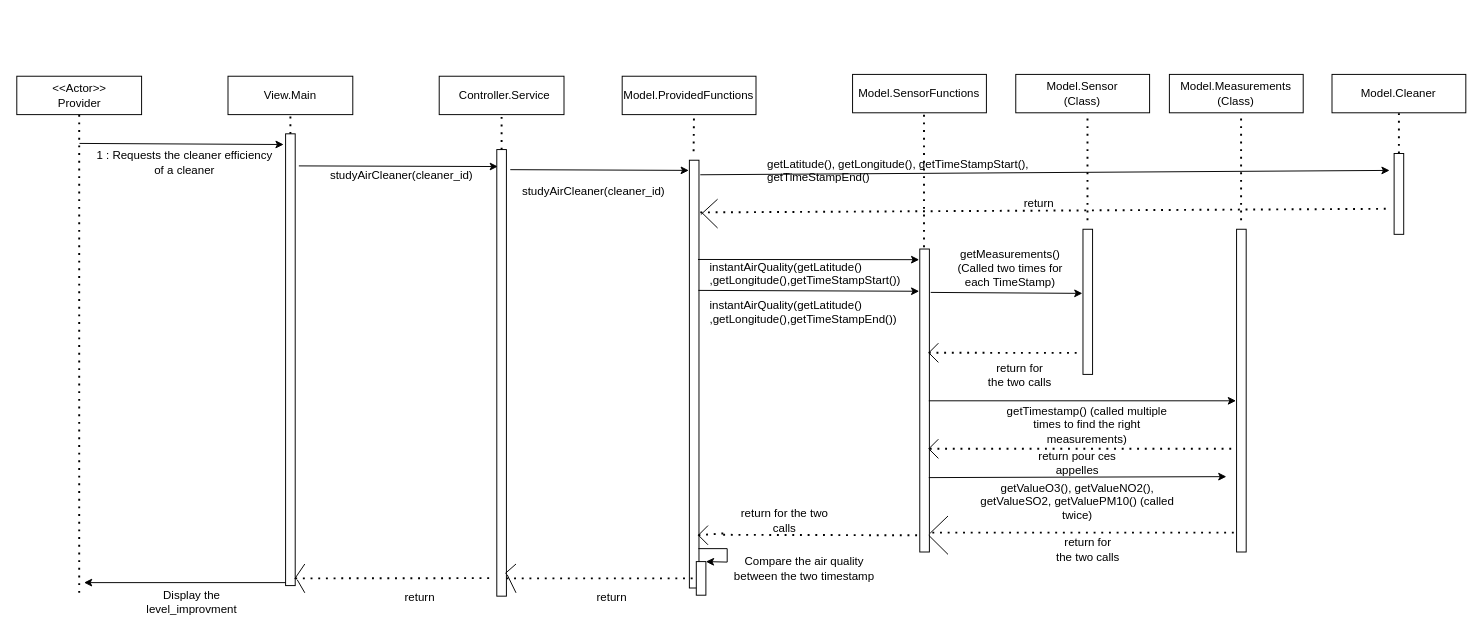
jimmywengzj/GL-TP keeps this draw.io diagram as Sequence diagram _ Analysis of cleaner efficiency.drawio. Above is the earlier version. Source tidied: cells renumbered, new cells numbered last; positions are measured from the earlier drawing's top-left corner, leaving out a move shared by most shapes. Both pictures are drawn from the tidied source at 96%, with x=0, y=0 at pixel (16, 74).
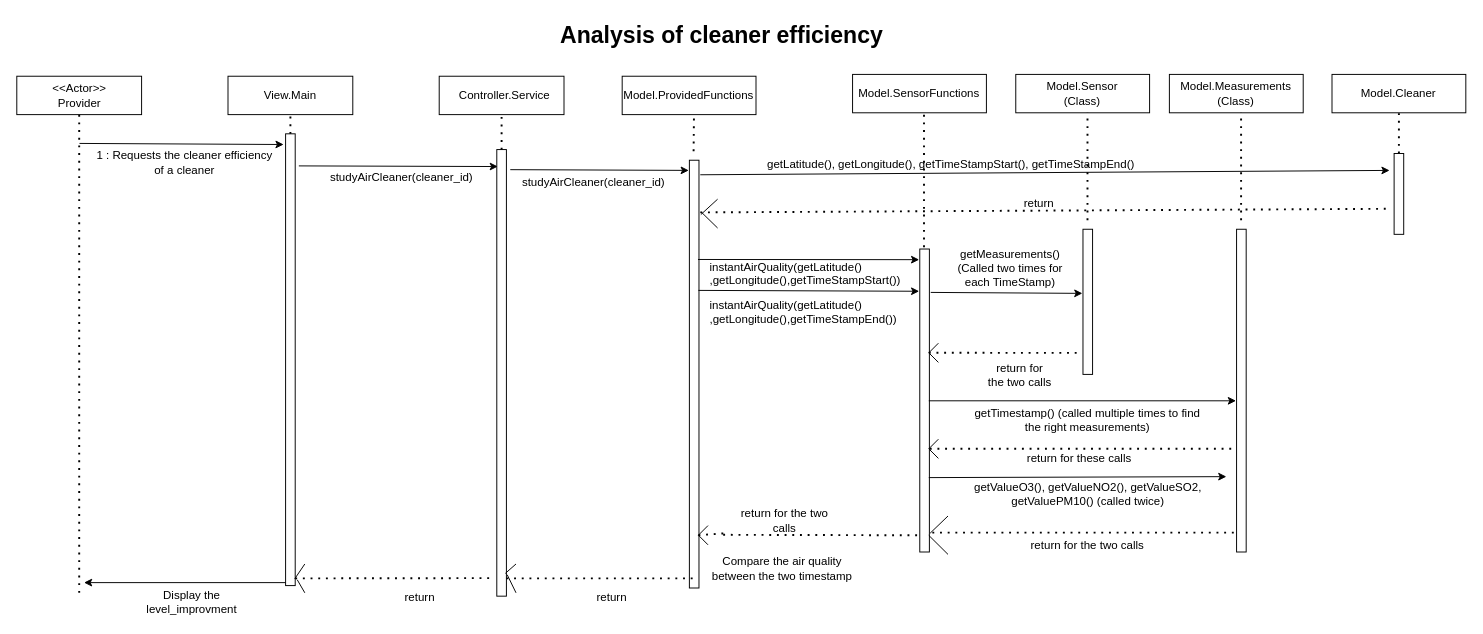
The same page after the edit.

The edit, as a diff of the source:
```diff
@@
     <mxCell id="11" value="studyAirCleaner(cleaner_id)" style="text;html=1;strokeColor=none;fillColor=none;align=center;verticalAlign=middle;whiteSpace=wrap;rounded=0;" parent="1" vertex="1">
-      <mxGeometry x="370.6" y="90" width="60" height="30" as="geometry" />
+      <mxGeometry x="370.6" y="93" width="60" height="30" as="geometry" />
     </mxCell>
@@
     <mxCell id="22" value="studyAirCleaner(cleaner_id)" style="text;html=1;strokeColor=none;fillColor=none;align=center;verticalAlign=middle;whiteSpace=wrap;rounded=0;" parent="1" vertex="1">
-      <mxGeometry x="570.6" y="106.9" width="60" height="30" as="geometry" />
+      <mxGeometry x="570.6" y="97.9" width="60" height="30" as="geometry" />
     </mxCell>
@@
-    <mxCell id="32" style="rounded=0;whiteSpace=wrap;html=1;rotation=-90;" parent="1" vertex="1">
-      <mxGeometry x="695.3" y="520" width="35" height="10" as="geometry" />
-    </mxCell>
-    <mxCell id="33" style="endArrow=classic;html=1;rounded=0;entryX=1;entryY=1;entryDx=0;entryDy=0;" parent="1" edge="1" target="32">
-      <mxGeometry relative="1" as="geometry">
-        <mxPoint x="710" y="494" as="sourcePoint" />
-        <Array as="points">
-          <mxPoint x="740" y="494" />
-          <mxPoint x="740" y="508" />
-        </Array>
-      </mxGeometry>
-    </mxCell>
     <mxCell id="34" value="Compare the air quality between the two timestamp" style="text;html=1;strokeColor=none;fillColor=none;align=center;verticalAlign=middle;whiteSpace=wrap;rounded=0;" parent="1" vertex="1">
-      <mxGeometry x="742.5" y="500" width="155" height="30" as="geometry" />
+      <mxGeometry x="720" y="500" width="155" height="30" as="geometry" />
     </mxCell>
@@
-    <mxCell id="41" style="endArrow=none;dashed=1;html=1;dashPattern=1 3;strokeWidth=2;rounded=0;entryX=0.5;entryY=0;entryDx=0;entryDy=0;" parent="1" edge="1" target="32">
+    <mxCell id="41" style="endArrow=none;dashed=1;html=1;dashPattern=1 3;strokeWidth=2;rounded=0;entryX=0.5;entryY=0;entryDx=0;entryDy=0;" parent="1" edge="1">
       <mxGeometry relative="1" as="geometry">
         <mxPoint x="510" y="525" as="sourcePoint" />
+        <mxPoint x="707.8" y="525" as="targetPoint" />
       </mxGeometry>
     </mxCell>
@@
     <mxCell id="60" value="getTimestamp() (called multiple times to find the right measurements)" style="text;html=1;strokeColor=none;fillColor=none;align=center;verticalAlign=middle;whiteSpace=wrap;rounded=0;" parent="1" vertex="1">
-      <mxGeometry x="1030" y="350" width="170" height="30" as="geometry" />
+      <mxGeometry x="993.3" y="344.7" width="244.7" height="30" as="geometry" />
     </mxCell>
@@
-    <mxCell id="64" value="return pour ces appelles" style="text;html=1;strokeColor=none;fillColor=none;align=center;verticalAlign=middle;whiteSpace=wrap;rounded=0;" parent="1" vertex="1">
-      <mxGeometry x="1040" y="390" width="130" height="30" as="geometry" />
+    <mxCell id="64" value="return for these calls" style="text;html=1;strokeColor=none;fillColor=none;align=center;verticalAlign=middle;whiteSpace=wrap;rounded=0;" parent="1" vertex="1">
+      <mxGeometry x="1042" y="385" width="130" height="30" as="geometry" />
     </mxCell>
@@
     <mxCell id="66" value="&lt;div&gt;getValueO3(), getValueNO2(), getValueSO2, getValuePM10() (called twice)&lt;br&gt;&lt;/div&gt;" style="text;html=1;strokeColor=none;fillColor=none;align=center;verticalAlign=middle;whiteSpace=wrap;rounded=0;" parent="1" vertex="1">
-      <mxGeometry x="990" y="430" width="230" height="30" as="geometry" />
+      <mxGeometry x="995.6" y="422" width="240" height="30" as="geometry" />
     </mxCell>
@@
     <mxCell id="79" value="return for the two calls" style="text;html=1;strokeColor=none;fillColor=none;align=center;verticalAlign=middle;whiteSpace=wrap;rounded=0;" parent="1" vertex="1">
-      <mxGeometry x="1080.6" y="480" width="70" height="30" as="geometry" />
+      <mxGeometry x="1045.9" y="476" width="139.4" height="30" as="geometry" />
     </mxCell>
     <mxCell id="80" value="getLatitude(), getLongitude(), getTimeStampStart(), getTimeStampEnd()" style="text;whiteSpace=wrap;html=1;" parent="1" vertex="1">
-      <mxGeometry x="780" y="80" width="330" height="20" as="geometry" />
+      <mxGeometry x="780" y="80" width="400" height="20" as="geometry" />
     </mxCell>
@@
+    <mxCell id="84" value="Analysis of cleaner efficiency" style="text;strokeColor=none;fillColor=none;html=1;fontSize=24;fontStyle=1;verticalAlign=middle;align=center;" parent="1" vertex="1">
+      <mxGeometry x="684" y="-60" width="100" height="40" as="geometry" />
+    </mxCell>
```
